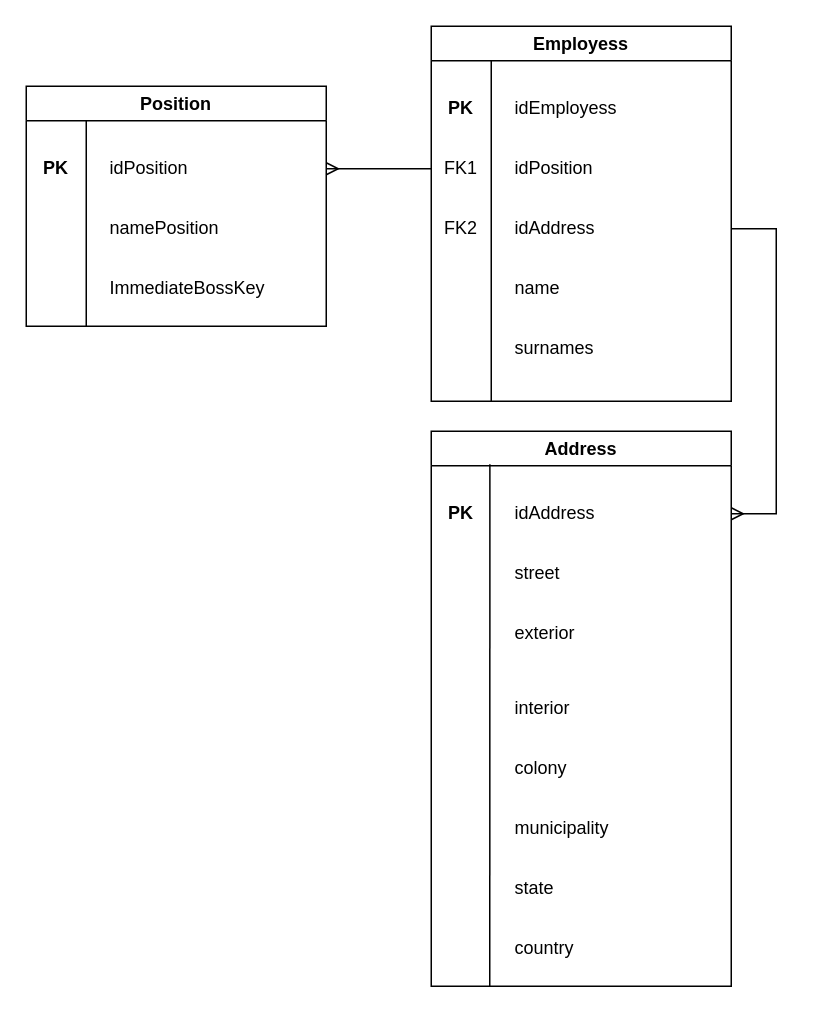
Ceve7120Mcvc/users keeps this draw.io diagram as evaluacion.drawio. Above is the earlier version. Source tidied: cells renumbered, new cells numbered last; positions are measured from the earlier drawing's top-left corner, leaving out a move shared by most shapes. Both pictures are drawn from the tidied source at 150%, with x=0, y=0 at pixel (26, 26).
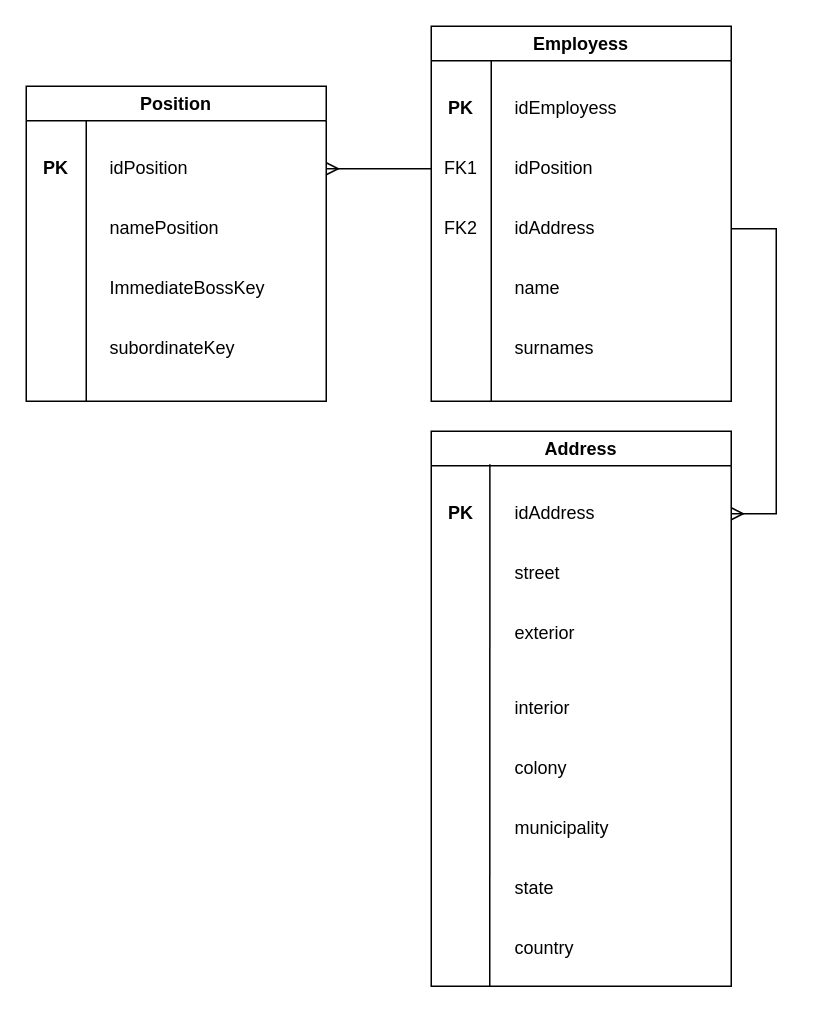
After the change.

Diff of the diagram source:
```diff
@@
     <mxCell id="12" value="Position" style="swimlane;whiteSpace=wrap;html=1;" parent="1" vertex="1">
-      <mxGeometry y="40" width="200" height="160" as="geometry" />
+      <mxGeometry y="40" width="200" height="210" as="geometry" />
     </mxCell>
     <mxCell id="13" style="endArrow=none;html=1;rounded=0;" parent="12" edge="1">
       <mxGeometry relative="1" as="geometry">
         <mxPoint x="40" y="23" as="sourcePoint" />
-        <mxPoint x="40" y="160" as="targetPoint" />
+        <mxPoint x="40" y="210" as="targetPoint" />
       </mxGeometry>
     </mxCell>
@@
+    <mxCell id="31" value="subordinateKey" style="text;html=1;align=left;verticalAlign=middle;whiteSpace=wrap;rounded=0;" parent="12" vertex="1">
+      <mxGeometry x="54" y="160" width="106" height="30" as="geometry" />
+    </mxCell>
```
